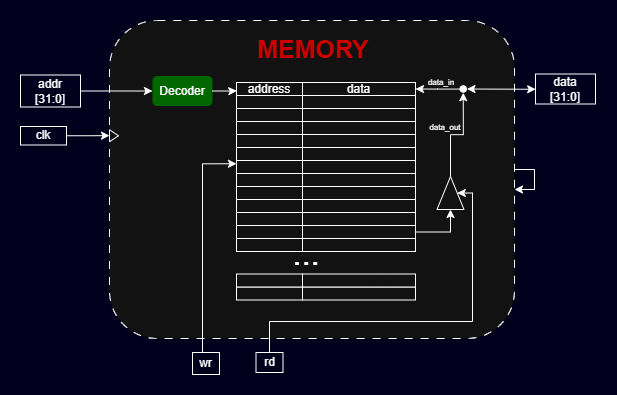
The draw.io diagram btl/Memory.png in thanh-tran-tien206/RISC-CPU-BTL-HDL, before a commit. Source tidied: cells renumbered, new cells last; positions are measured from the earlier drawing's top-left corner, leaving out a move shared by most shapes. Source of this version:
```xml
<mxGraphModel background="light-dark(#FFFFFF,#00001C)">
  <root>
    <mxCell id="0" />
    <mxCell id="1" parent="0" />
    <mxCell id="2" style="rounded=1;whiteSpace=wrap;html=1;dashed=1;dashPattern=8 8;" parent="1" vertex="1">
      <mxGeometry x="89" width="405" height="318" as="geometry" />
    </mxCell>
    <mxCell id="3" value="addr&lt;div&gt;[31:0]&lt;/div&gt;" style="text;html=1;whiteSpace=wrap;strokeColor=default;fillColor=none;align=center;verticalAlign=middle;rounded=0;" parent="1" vertex="1">
      <mxGeometry y="54.5" width="60" height="32" as="geometry" />
    </mxCell>
    <mxCell id="4" value="clk" style="text;html=1;whiteSpace=wrap;strokeColor=default;fillColor=none;align=center;verticalAlign=middle;rounded=0;" parent="1" vertex="1">
      <mxGeometry y="106" width="46" height="18.5" as="geometry" />
    </mxCell>
    <mxCell id="5" value="&lt;div&gt;data&lt;/div&gt;&lt;div&gt;[31:0]&lt;/div&gt;" style="text;html=1;whiteSpace=wrap;strokeColor=default;fillColor=none;align=center;verticalAlign=middle;rounded=0;" parent="1" vertex="1">
      <mxGeometry x="515" y="53.5" width="60" height="30" as="geometry" />
    </mxCell>
    <mxCell id="6" style="edgeStyle=orthogonalEdgeStyle;rounded=0;jettySize=auto;html=1;entryX=0.5;entryY=1;entryDx=0;entryDy=0;" parent="1" edge="1" source="7" target="53">
      <mxGeometry relative="1" as="geometry">
        <Array as="points">
          <mxPoint x="249" y="301" />
          <mxPoint x="452" y="301" />
          <mxPoint x="452" y="173" />
        </Array>
      </mxGeometry>
    </mxCell>
    <mxCell id="7" value="rd" style="text;html=1;whiteSpace=wrap;strokeColor=default;fillColor=none;align=center;verticalAlign=middle;rounded=0;" parent="1" vertex="1">
      <mxGeometry x="235.5" y="332" width="27" height="20" as="geometry" />
    </mxCell>
    <mxCell id="8" style="edgeStyle=orthogonalEdgeStyle;rounded=0;jettySize=auto;html=1;entryX=0;entryY=0.25;entryDx=0;entryDy=0;" parent="1" edge="1" source="9" target="31">
      <mxGeometry relative="1" as="geometry">
        <Array as="points">
          <mxPoint x="182" y="143" />
        </Array>
      </mxGeometry>
    </mxCell>
    <mxCell id="9" value="wr" style="text;html=1;whiteSpace=wrap;strokeColor=default;fillColor=none;align=center;verticalAlign=middle;rounded=0;" parent="1" vertex="1">
      <mxGeometry x="172" y="332" width="27" height="22" as="geometry" />
    </mxCell>
    <mxCell id="10" value="MEMORY" style="text;html=1;whiteSpace=wrap;strokeColor=none;fillColor=none;align=center;verticalAlign=middle;rounded=0;fontStyle=1;fontColor=light-dark(#000000,#CC0000);fontSize=25;" parent="1" vertex="1">
      <mxGeometry x="262.5" y="13" width="60" height="30" as="geometry" />
    </mxCell>
    <mxCell id="11" style="edgeStyle=orthogonalEdgeStyle;rounded=0;jettySize=auto;html=1;entryX=0;entryY=0.5;entryDx=0;entryDy=0;" parent="1" edge="1" source="3" target="17">
      <mxGeometry relative="1" as="geometry" />
    </mxCell>
    <mxCell id="12" style="edgeStyle=orthogonalEdgeStyle;rounded=0;jettySize=auto;html=1;entryX=0;entryY=0.362;entryDx=0;entryDy=0;entryPerimeter=0;" parent="1" edge="1" source="4" target="2">
      <mxGeometry relative="1" as="geometry" />
    </mxCell>
    <mxCell id="13" style="triangle;whiteSpace=wrap;html=1;" parent="1" vertex="1">
      <mxGeometry x="89" y="109.2" width="9" height="12" as="geometry" />
    </mxCell>
    <mxCell id="14" style="endArrow=classic;startArrow=classic;html=1;rounded=0;exitX=1;exitY=0.5;exitDx=0;exitDy=0;entryX=0.036;entryY=0.659;entryDx=0;entryDy=0;entryPerimeter=0;" parent="1" edge="1" source="50">
      <mxGeometry relative="1" as="geometry">
        <mxPoint x="515.2" y="68.8" as="targetPoint" />
      </mxGeometry>
    </mxCell>
    <mxCell id="15" value="address" style="rounded=0;whiteSpace=wrap;html=1;verticalAlign=middle;" parent="1" vertex="1">
      <mxGeometry x="216" y="62" width="66" height="13" as="geometry" />
    </mxCell>
    <mxCell id="16" value="data" style="rounded=0;whiteSpace=wrap;html=1;" parent="1" vertex="1">
      <mxGeometry x="282" y="62" width="113" height="13" as="geometry" />
    </mxCell>
    <mxCell id="17" value="Decoder" style="text;html=1;whiteSpace=wrap;strokeColor=none;fillColor=light-dark(#008A00,#006600);align=center;verticalAlign=middle;rounded=1;fontColor=light-dark(#FFFFFF,#FFFFFF);" parent="1" vertex="1">
      <mxGeometry x="132" y="55.5" width="60" height="30" as="geometry" />
    </mxCell>
    <mxCell id="18" style="rounded=0;whiteSpace=wrap;html=1;" parent="1" vertex="1">
      <mxGeometry x="282" y="75" width="113" height="13" as="geometry" />
    </mxCell>
    <mxCell id="19" style="rounded=0;whiteSpace=wrap;html=1;verticalAlign=middle;" parent="1" vertex="1">
      <mxGeometry x="216" y="75" width="66" height="13" as="geometry" />
    </mxCell>
    <mxCell id="20" style="rounded=0;whiteSpace=wrap;html=1;verticalAlign=middle;" parent="1" vertex="1">
      <mxGeometry x="216" y="88" width="66" height="13" as="geometry" />
    </mxCell>
    <mxCell id="21" style="rounded=0;whiteSpace=wrap;html=1;" parent="1" vertex="1">
      <mxGeometry x="282" y="88" width="113" height="13" as="geometry" />
    </mxCell>
    <mxCell id="22" style="rounded=0;whiteSpace=wrap;html=1;" parent="1" vertex="1">
      <mxGeometry x="282" y="101" width="113" height="13" as="geometry" />
    </mxCell>
    <mxCell id="23" style="rounded=0;whiteSpace=wrap;html=1;" parent="1" vertex="1">
      <mxGeometry x="282" y="114" width="113" height="13" as="geometry" />
    </mxCell>
    <mxCell id="24" style="rounded=0;whiteSpace=wrap;html=1;verticalAlign=middle;" parent="1" vertex="1">
      <mxGeometry x="216" y="101" width="66" height="13" as="geometry" />
    </mxCell>
    <mxCell id="25" style="rounded=0;whiteSpace=wrap;html=1;verticalAlign=middle;" parent="1" vertex="1">
      <mxGeometry x="216" y="114" width="66" height="13" as="geometry" />
    </mxCell>
    <mxCell id="26" style="rounded=0;whiteSpace=wrap;html=1;" parent="1" vertex="1">
      <mxGeometry x="282" y="153" width="113" height="13" as="geometry" />
    </mxCell>
    <mxCell id="27" style="rounded=0;whiteSpace=wrap;html=1;" parent="1" vertex="1">
      <mxGeometry x="282" y="166" width="113" height="13" as="geometry" />
    </mxCell>
    <mxCell id="28" style="rounded=0;whiteSpace=wrap;html=1;verticalAlign=middle;" parent="1" vertex="1">
      <mxGeometry x="216" y="153" width="66" height="13" as="geometry" />
    </mxCell>
    <mxCell id="29" style="rounded=0;whiteSpace=wrap;html=1;verticalAlign=middle;" parent="1" vertex="1">
      <mxGeometry x="216" y="166" width="66" height="13" as="geometry" />
    </mxCell>
    <mxCell id="30" style="rounded=0;whiteSpace=wrap;html=1;verticalAlign=middle;" parent="1" vertex="1">
      <mxGeometry x="216" y="127" width="66" height="13" as="geometry" />
    </mxCell>
    <mxCell id="31" style="rounded=0;whiteSpace=wrap;html=1;verticalAlign=middle;" parent="1" vertex="1">
      <mxGeometry x="216" y="140" width="66" height="13" as="geometry" />
    </mxCell>
    <mxCell id="32" style="rounded=0;whiteSpace=wrap;html=1;" parent="1" vertex="1">
      <mxGeometry x="282" y="127" width="113" height="13" as="geometry" />
    </mxCell>
    <mxCell id="33" style="rounded=0;whiteSpace=wrap;html=1;" parent="1" vertex="1">
      <mxGeometry x="282" y="140" width="113" height="13" as="geometry" />
    </mxCell>
    <mxCell id="34" style="edgeStyle=orthogonalEdgeStyle;rounded=0;jettySize=auto;html=1;exitX=1;exitY=0.5;exitDx=0;exitDy=0;entryX=0;entryY=0.5;entryDx=0;entryDy=0;" parent="1" edge="1" source="35" target="53">
      <mxGeometry relative="1" as="geometry" />
    </mxCell>
    <mxCell id="35" style="rounded=0;whiteSpace=wrap;html=1;" parent="1" vertex="1">
      <mxGeometry x="282" y="205" width="113" height="13" as="geometry" />
    </mxCell>
    <mxCell id="36" style="rounded=0;whiteSpace=wrap;html=1;" parent="1" vertex="1">
      <mxGeometry x="282" y="218" width="113" height="13" as="geometry" />
    </mxCell>
    <mxCell id="37" style="rounded=0;whiteSpace=wrap;html=1;verticalAlign=middle;" parent="1" vertex="1">
      <mxGeometry x="216" y="205" width="66" height="13" as="geometry" />
    </mxCell>
    <mxCell id="38" style="rounded=0;whiteSpace=wrap;html=1;verticalAlign=middle;" parent="1" vertex="1">
      <mxGeometry x="216" y="218" width="66" height="13" as="geometry" />
    </mxCell>
    <mxCell id="39" style="rounded=0;whiteSpace=wrap;html=1;verticalAlign=middle;" parent="1" vertex="1">
      <mxGeometry x="216" y="179" width="66" height="13" as="geometry" />
    </mxCell>
    <mxCell id="40" style="rounded=0;whiteSpace=wrap;html=1;verticalAlign=middle;" parent="1" vertex="1">
      <mxGeometry x="216" y="192" width="66" height="13" as="geometry" />
    </mxCell>
    <mxCell id="41" style="rounded=0;whiteSpace=wrap;html=1;" parent="1" vertex="1">
      <mxGeometry x="282" y="179" width="113" height="13" as="geometry" />
    </mxCell>
    <mxCell id="42" style="rounded=0;whiteSpace=wrap;html=1;" parent="1" vertex="1">
      <mxGeometry x="282" y="192" width="113" height="13" as="geometry" />
    </mxCell>
    <mxCell id="43" value="..." style="text;html=1;whiteSpace=wrap;strokeColor=none;fillColor=none;align=center;verticalAlign=middle;rounded=0;fontSize=33;" parent="1" vertex="1">
      <mxGeometry x="256" y="218" width="60" height="30" as="geometry" />
    </mxCell>
    <mxCell id="44" style="rounded=0;whiteSpace=wrap;html=1;" parent="1" vertex="1">
      <mxGeometry x="282" y="266.5" width="113" height="13" as="geometry" />
    </mxCell>
    <mxCell id="45" style="rounded=0;whiteSpace=wrap;html=1;verticalAlign=middle;" parent="1" vertex="1">
      <mxGeometry x="216" y="266.5" width="66" height="13" as="geometry" />
    </mxCell>
    <mxCell id="46" style="rounded=0;whiteSpace=wrap;html=1;verticalAlign=middle;" parent="1" vertex="1">
      <mxGeometry x="216" y="253.5" width="66" height="13" as="geometry" />
    </mxCell>
    <mxCell id="47" style="rounded=0;whiteSpace=wrap;html=1;" parent="1" vertex="1">
      <mxGeometry x="282" y="253.5" width="113" height="13" as="geometry" />
    </mxCell>
    <mxCell id="48" style="edgeStyle=orthogonalEdgeStyle;rounded=0;jettySize=auto;html=1;entryX=0.004;entryY=0.639;entryDx=0;entryDy=0;entryPerimeter=0;" parent="1" edge="1" source="17" target="15">
      <mxGeometry relative="1" as="geometry" />
    </mxCell>
    <mxCell id="49" style="edgeStyle=orthogonalEdgeStyle;rounded=0;jettySize=auto;html=1;entryX=1;entryY=0.5;entryDx=0;entryDy=0;" parent="1" edge="1" source="50" target="16">
      <mxGeometry relative="1" as="geometry" />
    </mxCell>
    <mxCell id="50" style="ellipse;whiteSpace=wrap;html=1;strokeColor=none;fillColor=light-dark(#FFFFFF,#FFFFFF);" parent="1" vertex="1">
      <mxGeometry x="439" y="64.8" width="7.5" height="7.5" as="geometry" />
    </mxCell>
    <mxCell id="51" value="data_in" style="text;html=1;whiteSpace=wrap;strokeColor=none;fillColor=none;align=center;verticalAlign=middle;rounded=0;fontSize=8;" parent="1" vertex="1">
      <mxGeometry x="404" y="55" width="34" height="14" as="geometry" />
    </mxCell>
    <mxCell id="52" style="edgeStyle=orthogonalEdgeStyle;rounded=0;jettySize=auto;html=1;entryX=0.5;entryY=1;entryDx=0;entryDy=0;" parent="1" edge="1" source="53" target="50">
      <mxGeometry relative="1" as="geometry" />
    </mxCell>
    <mxCell id="53" style="triangle;whiteSpace=wrap;html=1;rotation=-90;" parent="1" vertex="1">
      <mxGeometry x="413.5" y="159" width="33" height="27" as="geometry" />
    </mxCell>
    <mxCell id="54" value="data_out" style="text;html=1;whiteSpace=wrap;strokeColor=none;fillColor=none;align=center;verticalAlign=middle;rounded=0;fontSize=8;" parent="1" vertex="1">
      <mxGeometry x="408" y="100" width="34" height="14" as="geometry" />
    </mxCell>
    <mxCell id="55" style="edgeStyle=orthogonalEdgeStyle;rounded=0;orthogonalLoop=1;jettySize=auto;html=1;" parent="1" edge="1" source="2" target="2">
      <mxGeometry relative="1" as="geometry" />
    </mxCell>
  </root>
</mxGraphModel>
```
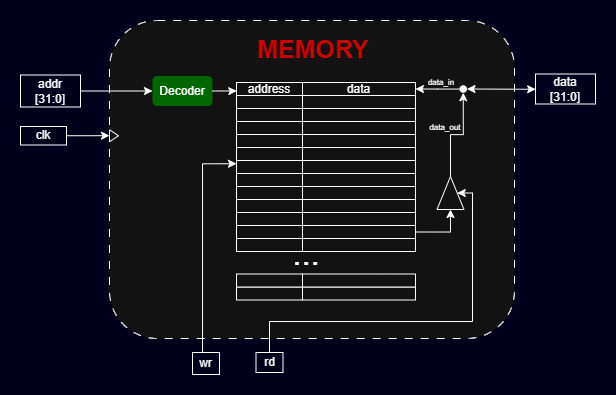
Above is the later version.

What changed in the source:
```diff
@@ -173,8 +173,5 @@
     <mxCell id="54" value="data_out" style="text;html=1;whiteSpace=wrap;strokeColor=none;fillColor=none;align=center;verticalAlign=middle;rounded=0;fontSize=8;" parent="1" vertex="1">
       <mxGeometry x="408" y="100" width="34" height="14" as="geometry" />
     </mxCell>
-    <mxCell id="55" style="edgeStyle=orthogonalEdgeStyle;rounded=0;orthogonalLoop=1;jettySize=auto;html=1;" parent="1" edge="1" source="2" target="2">
-      <mxGeometry relative="1" as="geometry" />
-    </mxCell>
   </root>
 </mxGraphModel>
```
